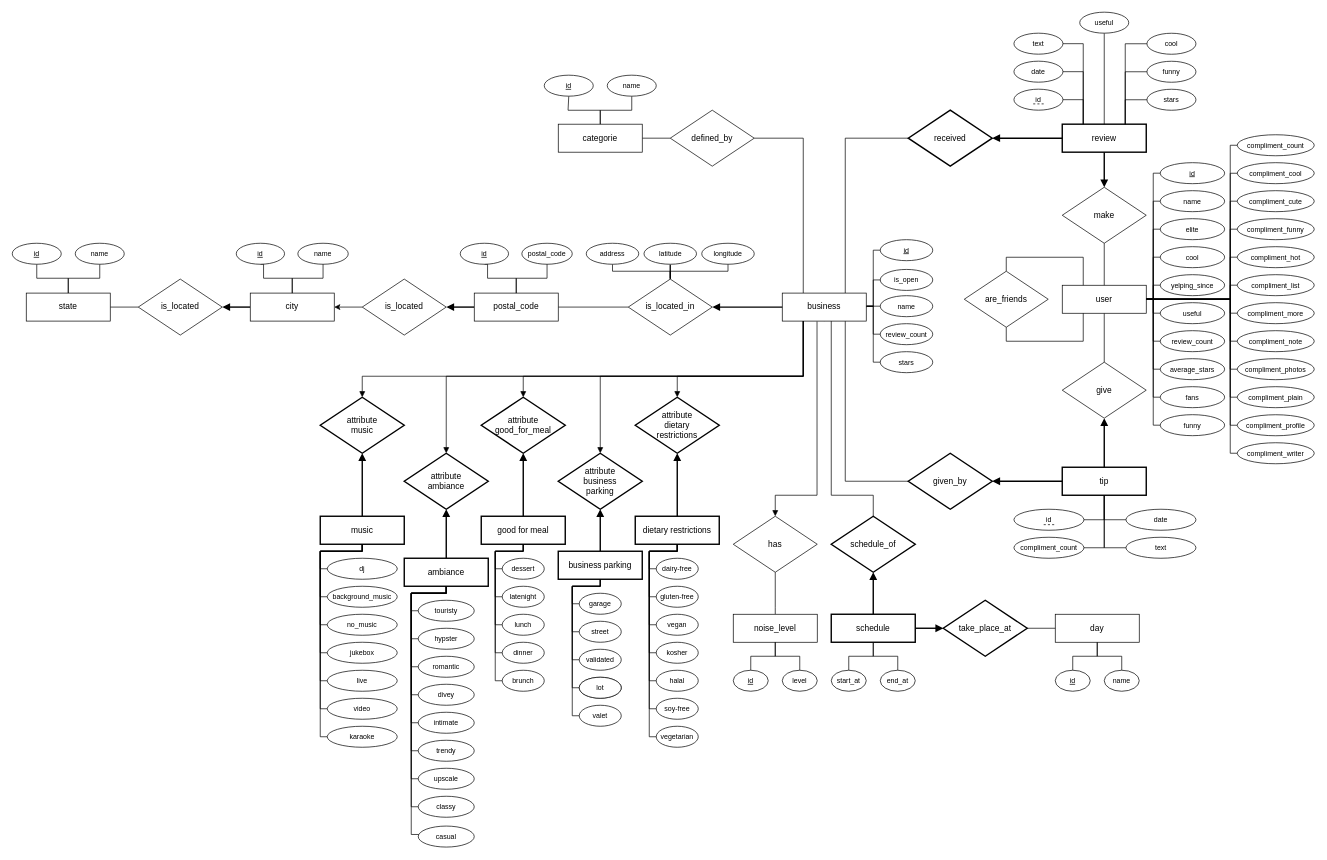
Before: schema.drawio in Ph0tonic/Intro2DataBase, a draw.io diagram. Source tidied: cells renumbered, new cells numbered last; positions are measured from the earlier drawing's top-left corner, leaving out a move shared by most shapes. Both pictures are drawn from the tidied source at 70%, with x=0, y=0 at pixel (12, 12).
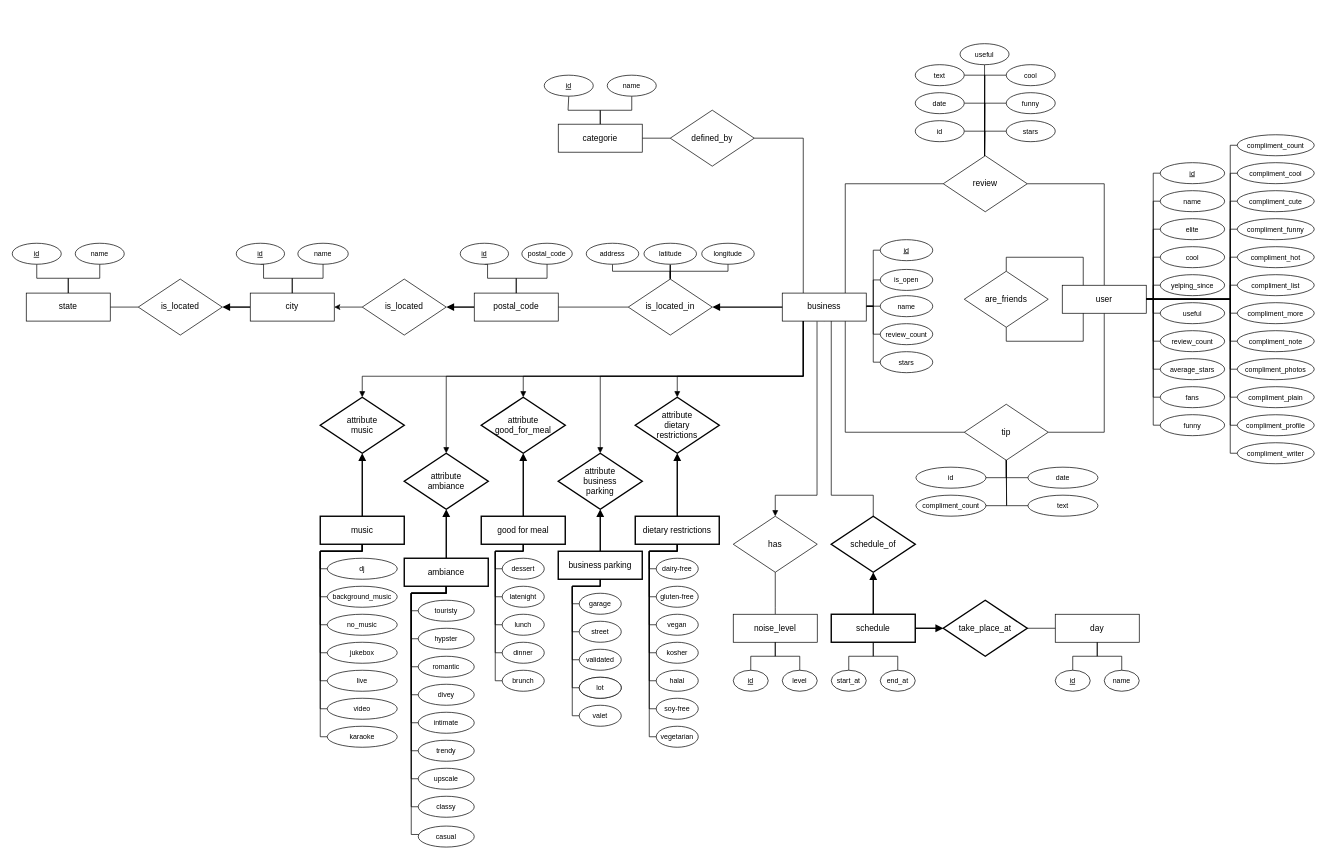
The same diagram, later.

Commit message:
Changes tip and review

The change refers to these unchanged cells:
```xml
<mxCell id="27" value="user" style="rounded=0;whiteSpace=wrap;html=1;" parent="1" vertex="1">
  <mxGeometry x="1500" y="390" width="120" height="40" as="geometry" />
</mxCell>
<mxCell id="38" value="business" style="rounded=0;whiteSpace=wrap;html=1;" parent="1" vertex="1">
  <mxGeometry x="1100" y="401.2" width="120" height="40" as="geometry" />
</mxCell>
```

What changed in the source:
```diff
@@
-    <mxCell id="10" style="edgeStyle=orthogonalEdgeStyle;rounded=0;jettySize=auto;html=1;exitX=0.5;exitY=1;exitDx=0;exitDy=0;entryX=1;entryY=0.5;entryDx=0;entryDy=0;endArrow=none;endFill=0;fontSize=10;" parent="1" edge="1" source="11" target="109">
-      <mxGeometry relative="1" as="geometry" />
+    <mxCell id="10" style="edgeStyle=orthogonalEdgeStyle;rounded=0;jettySize=auto;html=1;exitX=0.5;exitY=1;exitDx=0;exitDy=0;entryX=1;entryY=0.5;entryDx=0;entryDy=0;endArrow=none;endFill=0;fontSize=10;" parent="1" edge="1" target="109">
+      <mxGeometry relative="1" as="geometry">
+        <mxPoint x="1420" y="629.9" as="sourcePoint" />
+        <Array as="points">
+          <mxPoint x="1420" y="664.9" />
+        </Array>
+      </mxGeometry>
     </mxCell>
-    <mxCell id="11" value="tip" style="rounded=0;whiteSpace=wrap;html=1;strokeWidth=2;" parent="1" vertex="1">
-      <mxGeometry x="1500" y="650" width="120" height="40" as="geometry" />
-    </mxCell>
-    <mxCell id="12" style="edgeStyle=orthogonalEdgeStyle;rounded=0;jettySize=auto;html=1;exitX=0.5;exitY=1;exitDx=0;exitDy=0;entryX=0.5;entryY=0;entryDx=0;entryDy=0;startArrow=none;startFill=0;endArrow=block;endFill=1;strokeWidth=2;" parent="1" edge="1" source="13" target="62">
-      <mxGeometry relative="1" as="geometry" />
-    </mxCell>
-    <mxCell id="13" value="review" style="rounded=0;whiteSpace=wrap;html=1;strokeWidth=2;" parent="1" vertex="1">
-      <mxGeometry x="1500" y="159.9" width="120" height="40" as="geometry" />
-    </mxCell>
-    <mxCell id="14" style="edgeStyle=orthogonalEdgeStyle;rounded=0;jettySize=auto;html=1;exitX=0.5;exitY=1;exitDx=0;exitDy=0;entryX=0.5;entryY=0;entryDx=0;entryDy=0;startArrow=none;startFill=0;endArrow=none;endFill=0;strokeWidth=1;fontSize=12;" parent="1" edge="1" source="27" target="64">
-      <mxGeometry relative="1" as="geometry" />
-    </mxCell>
@@
+    <mxCell id="248" style="edgeStyle=orthogonalEdgeStyle;rounded=0;jettySize=auto;html=1;exitX=0.5;exitY=1;exitDx=0;exitDy=0;entryX=1;entryY=0.5;entryDx=0;entryDy=0;endArrow=none;endFill=0;" parent="1" edge="1" source="27" target="11">
+      <mxGeometry relative="1" as="geometry" />
+    </mxCell>
+    <mxCell id="249" style="edgeStyle=orthogonalEdgeStyle;rounded=0;jettySize=auto;html=1;exitX=0.5;exitY=0;exitDx=0;exitDy=0;entryX=1;entryY=0.5;entryDx=0;entryDy=0;endArrow=none;endFill=0;" parent="1" edge="1" source="27" target="13">
+      <mxGeometry relative="1" as="geometry" />
+    </mxCell>
@@
-    <mxCell id="28" style="edgeStyle=orthogonalEdgeStyle;rounded=0;jettySize=auto;html=1;exitX=0.75;exitY=1;exitDx=0;exitDy=0;entryX=0;entryY=0.5;entryDx=0;entryDy=0;startArrow=none;startFill=0;endArrow=none;endFill=0;strokeWidth=1;" parent="1" edge="1" source="38" target="60">
-      <mxGeometry relative="1" as="geometry">
-        <Array as="points">
-          <mxPoint x="1190" y="670" />
-        </Array>
-      </mxGeometry>
-    </mxCell>
-    <mxCell id="29" style="edgeStyle=orthogonalEdgeStyle;rounded=0;jettySize=auto;html=1;exitX=0.75;exitY=0;exitDx=0;exitDy=0;entryX=0;entryY=0.5;entryDx=0;entryDy=0;startArrow=none;startFill=0;endArrow=none;endFill=0;strokeWidth=1;" parent="1" edge="1" source="38" target="58">
-      <mxGeometry relative="1" as="geometry" />
-    </mxCell>
@@
+    <mxCell id="250" style="edgeStyle=orthogonalEdgeStyle;rounded=0;jettySize=auto;html=1;exitX=0.75;exitY=1;exitDx=0;exitDy=0;entryX=0;entryY=0.5;entryDx=0;entryDy=0;endArrow=none;endFill=0;" parent="1" edge="1" source="38" target="11">
+      <mxGeometry relative="1" as="geometry" />
+    </mxCell>
+    <mxCell id="251" style="edgeStyle=orthogonalEdgeStyle;rounded=0;jettySize=auto;html=1;exitX=0.75;exitY=0;exitDx=0;exitDy=0;entryX=0;entryY=0.5;entryDx=0;entryDy=0;endArrow=none;endFill=0;" parent="1" edge="1" source="38" target="13">
+      <mxGeometry relative="1" as="geometry" />
+    </mxCell>
@@
-    <mxCell id="57" style="edgeStyle=orthogonalEdgeStyle;rounded=0;jettySize=auto;html=1;exitX=1;exitY=0.5;exitDx=0;exitDy=0;entryX=0;entryY=0.5;entryDx=0;entryDy=0;startArrow=block;startFill=1;endArrow=none;endFill=0;strokeWidth=2;" parent="1" edge="1" source="58" target="13">
-      <mxGeometry relative="1" as="geometry" />
-    </mxCell>
-    <mxCell id="58" value="received" style="rhombus;whiteSpace=wrap;html=1;strokeWidth=2;" parent="1" vertex="1">
-      <mxGeometry x="1280" y="139.9" width="120" height="80" as="geometry" />
-    </mxCell>
-    <mxCell id="59" style="edgeStyle=orthogonalEdgeStyle;rounded=0;jettySize=auto;html=1;exitX=1;exitY=0.5;exitDx=0;exitDy=0;startArrow=block;startFill=1;endArrow=none;endFill=0;strokeWidth=2;entryX=0;entryY=0.5;entryDx=0;entryDy=0;" parent="1" edge="1" source="60" target="11">
-      <mxGeometry relative="1" as="geometry" />
-    </mxCell>
-    <mxCell id="60" value="given_by" style="rhombus;whiteSpace=wrap;html=1;strokeWidth=2;" parent="1" vertex="1">
-      <mxGeometry x="1280" y="630" width="120" height="80" as="geometry" />
-    </mxCell>
-    <mxCell id="61" style="edgeStyle=orthogonalEdgeStyle;rounded=0;jettySize=auto;html=1;exitX=0.5;exitY=1;exitDx=0;exitDy=0;entryX=0.5;entryY=0;entryDx=0;entryDy=0;startArrow=none;startFill=0;endArrow=none;endFill=0;strokeWidth=1;" parent="1" edge="1" source="62" target="27">
-      <mxGeometry relative="1" as="geometry" />
-    </mxCell>
-    <mxCell id="62" value="make" style="rhombus;whiteSpace=wrap;html=1;fontStyle=0;" parent="1" vertex="1">
-      <mxGeometry x="1500" y="250" width="120" height="80" as="geometry" />
-    </mxCell>
-    <mxCell id="63" style="edgeStyle=orthogonalEdgeStyle;rounded=0;jettySize=auto;html=1;exitX=0.5;exitY=1;exitDx=0;exitDy=0;entryX=0.5;entryY=0;entryDx=0;entryDy=0;startArrow=block;startFill=1;endArrow=none;endFill=0;strokeWidth=2;fontSize=12;" parent="1" edge="1" source="64" target="11">
-      <mxGeometry relative="1" as="geometry" />
-    </mxCell>
-    <mxCell id="64" value="give" style="rhombus;whiteSpace=wrap;html=1;" parent="1" vertex="1">
-      <mxGeometry x="1500" y="499.9" width="120" height="80" as="geometry" />
-    </mxCell>
-    <mxCell id="65" style="edgeStyle=orthogonalEdgeStyle;rounded=0;jettySize=auto;html=1;exitX=1;exitY=0.5;exitDx=0;exitDy=0;endArrow=none;endFill=0;entryX=0.25;entryY=0;entryDx=0;entryDy=0;" parent="1" edge="1" source="66" target="13">
-      <mxGeometry relative="1" as="geometry" />
+    <mxCell id="65" style="edgeStyle=orthogonalEdgeStyle;rounded=0;jettySize=auto;html=1;exitX=1;exitY=0.5;exitDx=0;exitDy=0;endArrow=none;endFill=0;entryX=0.25;entryY=0;entryDx=0;entryDy=0;" parent="1" edge="1" source="66">
+      <mxGeometry relative="1" as="geometry">
+        <mxPoint x="1389" y="204.9" as="targetPoint" />
+      </mxGeometry>
     </mxCell>
     <mxCell id="66" value="id" style="ellipse;whiteSpace=wrap;html=1;fontStyle=0;fontSize=10;" parent="1" vertex="1">
-      <mxGeometry x="1431" y="109.9" width="70" height="30" as="geometry" />
+      <mxGeometry x="1290" y="154.9" width="70" height="30" as="geometry" />
     </mxCell>
-    <mxCell id="67" style="edgeStyle=orthogonalEdgeStyle;rounded=0;jettySize=auto;html=1;exitX=1;exitY=0.5;exitDx=0;exitDy=0;endArrow=none;endFill=0;entryX=0.25;entryY=0;entryDx=0;entryDy=0;" parent="1" edge="1" source="68" target="13">
-      <mxGeometry relative="1" as="geometry" />
+    <mxCell id="67" style="edgeStyle=orthogonalEdgeStyle;rounded=0;jettySize=auto;html=1;exitX=1;exitY=0.5;exitDx=0;exitDy=0;endArrow=none;endFill=0;entryX=0.25;entryY=0;entryDx=0;entryDy=0;" parent="1" edge="1" source="68">
+      <mxGeometry relative="1" as="geometry">
+        <mxPoint x="1389" y="204.9" as="targetPoint" />
+      </mxGeometry>
     </mxCell>
     <mxCell id="68" value="date" style="ellipse;whiteSpace=wrap;html=1;fontSize=10;" parent="1" vertex="1">
-      <mxGeometry x="1431" y="69.9" width="70" height="30" as="geometry" />
+      <mxGeometry x="1290" y="114.9" width="70" height="30" as="geometry" />
     </mxCell>
-    <mxCell id="69" style="edgeStyle=orthogonalEdgeStyle;rounded=0;jettySize=auto;html=1;exitX=1;exitY=0.5;exitDx=0;exitDy=0;entryX=0.25;entryY=0;entryDx=0;entryDy=0;endArrow=none;endFill=0;" parent="1" edge="1" source="70" target="13">
-      <mxGeometry relative="1" as="geometry" />
+    <mxCell id="69" style="edgeStyle=orthogonalEdgeStyle;rounded=0;jettySize=auto;html=1;exitX=1;exitY=0.5;exitDx=0;exitDy=0;entryX=0.25;entryY=0;entryDx=0;entryDy=0;endArrow=none;endFill=0;" parent="1" edge="1" source="70">
+      <mxGeometry relative="1" as="geometry">
+        <mxPoint x="1389" y="204.9" as="targetPoint" />
+      </mxGeometry>
     </mxCell>
     <mxCell id="70" value="&lt;div style=&quot;font-size: 10px;&quot;&gt;text&lt;/div&gt;" style="ellipse;whiteSpace=wrap;html=1;fontSize=10;" parent="1" vertex="1">
-      <mxGeometry x="1431" y="29.9" width="70" height="30" as="geometry" />
+      <mxGeometry x="1290" y="74.9" width="70" height="30" as="geometry" />
     </mxCell>
     <mxCell id="71" style="edgeStyle=orthogonalEdgeStyle;rounded=0;jettySize=auto;html=1;exitX=0;exitY=0.5;exitDx=0;exitDy=0;endArrow=none;endFill=0;" parent="1" edge="1" source="72">
       <mxGeometry relative="1" as="geometry">
-        <mxPoint x="1590" y="160" as="targetPoint" />
+        <mxPoint x="1389" y="204.9" as="targetPoint" />
         <Array as="points">
-          <mxPoint x="1590" y="45" />
+          <mxPoint x="1389" y="89.9" />
         </Array>
       </mxGeometry>
     </mxCell>
     <mxCell id="72" value="cool" style="ellipse;whiteSpace=wrap;html=1;fontSize=10;" parent="1" vertex="1">
-      <mxGeometry x="1621" y="30" width="70" height="30" as="geometry" />
+      <mxGeometry x="1420" y="74.9" width="70" height="30" as="geometry" />
     </mxCell>
     <mxCell id="73" style="edgeStyle=orthogonalEdgeStyle;rounded=0;jettySize=auto;html=1;exitX=0;exitY=0.5;exitDx=0;exitDy=0;endArrow=none;endFill=0;" parent="1" edge="1" source="74">
       <mxGeometry relative="1" as="geometry">
-        <mxPoint x="1590" y="160" as="targetPoint" />
+        <mxPoint x="1389" y="204.9" as="targetPoint" />
         <Array as="points">
-          <mxPoint x="1590" y="85" />
+          <mxPoint x="1389" y="129.9" />
         </Array>
       </mxGeometry>
     </mxCell>
     <mxCell id="74" value="funny" style="ellipse;whiteSpace=wrap;html=1;fontSize=10;" parent="1" vertex="1">
-      <mxGeometry x="1621" y="70" width="70" height="30" as="geometry" />
+      <mxGeometry x="1420" y="114.9" width="70" height="30" as="geometry" />
     </mxCell>
     <mxCell id="75" style="edgeStyle=orthogonalEdgeStyle;rounded=0;jettySize=auto;html=1;exitX=0;exitY=0.5;exitDx=0;exitDy=0;endArrow=none;endFill=0;" parent="1" edge="1" source="76">
       <mxGeometry relative="1" as="geometry">
-        <mxPoint x="1590" y="160" as="targetPoint" />
+        <mxPoint x="1389" y="204.9" as="targetPoint" />
         <Array as="points">
-          <mxPoint x="1590" y="125" />
+          <mxPoint x="1389" y="169.9" />
         </Array>
       </mxGeometry>
     </mxCell>
     <mxCell id="76" value="stars" style="ellipse;whiteSpace=wrap;html=1;fontSize=10;" parent="1" vertex="1">
-      <mxGeometry x="1621" y="110" width="70" height="30" as="geometry" />
+      <mxGeometry x="1420" y="154.9" width="70" height="30" as="geometry" />
     </mxCell>
-    <mxCell id="77" style="edgeStyle=orthogonalEdgeStyle;rounded=0;jettySize=auto;html=1;exitX=0.5;exitY=1;exitDx=0;exitDy=0;endArrow=none;endFill=0;entryX=0.5;entryY=0;entryDx=0;entryDy=0;" parent="1" edge="1" source="78" target="13">
-      <mxGeometry relative="1" as="geometry" />
+    <mxCell id="77" style="edgeStyle=orthogonalEdgeStyle;rounded=0;jettySize=auto;html=1;exitX=0.5;exitY=1;exitDx=0;exitDy=0;endArrow=none;endFill=0;entryX=0.5;entryY=0;entryDx=0;entryDy=0;" parent="1" edge="1" source="78">
+      <mxGeometry relative="1" as="geometry">
+        <mxPoint x="1389" y="204.9" as="targetPoint" />
+      </mxGeometry>
     </mxCell>
     <mxCell id="78" value="useful" style="ellipse;whiteSpace=wrap;html=1;fontSize=10;" parent="1" vertex="1">
-      <mxGeometry x="1525" y="-0.1" width="70" height="30" as="geometry" />
+      <mxGeometry x="1354" y="44.9" width="70" height="30" as="geometry" />
     </mxCell>
@@
     <mxCell id="109" value="id" style="ellipse;whiteSpace=wrap;html=1;fontSize=10;fontStyle=0;" parent="1" vertex="1">
-      <mxGeometry x="1431" y="710" width="100" height="30" as="geometry" />
+      <mxGeometry x="1291" y="649.9" width="100" height="30" as="geometry" />
     </mxCell>
     <mxCell id="110" value="date" style="ellipse;whiteSpace=wrap;html=1;fontSize=10;fontStyle=0;" parent="1" vertex="1">
-      <mxGeometry x="1591" y="710" width="100" height="30" as="geometry" />
+      <mxGeometry x="1451" y="649.9" width="100" height="30" as="geometry" />
     </mxCell>
-    <mxCell id="111" style="edgeStyle=orthogonalEdgeStyle;rounded=0;jettySize=auto;html=1;exitX=0;exitY=0.5;exitDx=0;exitDy=0;entryX=0.5;entryY=1;entryDx=0;entryDy=0;endArrow=none;endFill=0;fontSize=10;" parent="1" edge="1" source="112" target="11">
-      <mxGeometry relative="1" as="geometry" />
+    <mxCell id="111" style="edgeStyle=orthogonalEdgeStyle;rounded=0;jettySize=auto;html=1;exitX=0;exitY=0.5;exitDx=0;exitDy=0;entryX=0.5;entryY=1;entryDx=0;entryDy=0;endArrow=none;endFill=0;fontSize=10;" parent="1" edge="1" source="112">
+      <mxGeometry relative="1" as="geometry">
+        <mxPoint x="1420" y="629.9" as="targetPoint" />
+      </mxGeometry>
     </mxCell>
     <mxCell id="112" value="text" style="ellipse;whiteSpace=wrap;html=1;fontSize=10;fontStyle=0;" parent="1" vertex="1">
-      <mxGeometry x="1591" y="750" width="100" height="30" as="geometry" />
+      <mxGeometry x="1451" y="689.9" width="100" height="30" as="geometry" />
     </mxCell>
-    <mxCell id="113" style="edgeStyle=orthogonalEdgeStyle;rounded=0;jettySize=auto;html=1;exitX=1;exitY=0.5;exitDx=0;exitDy=0;entryX=0.5;entryY=1;entryDx=0;entryDy=0;endArrow=none;endFill=0;fontSize=10;" parent="1" edge="1" source="114" target="11">
-      <mxGeometry relative="1" as="geometry" />
+    <mxCell id="113" style="edgeStyle=orthogonalEdgeStyle;rounded=0;jettySize=auto;html=1;exitX=1;exitY=0.5;exitDx=0;exitDy=0;entryX=0.5;entryY=1;entryDx=0;entryDy=0;endArrow=none;endFill=0;fontSize=10;" parent="1" edge="1" source="114">
+      <mxGeometry relative="1" as="geometry">
+        <mxPoint x="1420" y="629.9" as="targetPoint" />
+      </mxGeometry>
     </mxCell>
     <mxCell id="114" value="compliment_count" style="ellipse;whiteSpace=wrap;html=1;fontSize=10;fontStyle=0;" parent="1" vertex="1">
-      <mxGeometry x="1431" y="750" width="100" height="30" as="geometry" />
+      <mxGeometry x="1291" y="689.9" width="100" height="30" as="geometry" />
     </mxCell>
@@
-    <mxCell id="238" style="endArrow=none;dashed=1;html=1;" parent="1" edge="1">
-      <mxGeometry relative="1" as="geometry">
-        <mxPoint x="1473.5" y="732" as="sourcePoint" />
-        <mxPoint x="1488.5" y="732" as="targetPoint" />
-      </mxGeometry>
-    </mxCell>
-    <mxCell id="239" style="endArrow=none;dashed=1;html=1;" parent="1" edge="1">
-      <mxGeometry relative="1" as="geometry">
-        <mxPoint x="1458.5" y="130.9" as="sourcePoint" />
-        <mxPoint x="1473.5" y="130.9" as="targetPoint" />
-      </mxGeometry>
-    </mxCell>
@@
+    <mxCell id="11" value="tip" style="rhombus;whiteSpace=wrap;html=1;strokeWidth=1;gradientColor=none;" parent="1" vertex="1">
+      <mxGeometry x="1360" y="560" width="120" height="80" as="geometry" />
+    </mxCell>
+    <mxCell id="13" value="review" style="rhombus;whiteSpace=wrap;html=1;strokeWidth=1;gradientColor=none;" parent="1" vertex="1">
+      <mxGeometry x="1330" y="205" width="120" height="80" as="geometry" />
+    </mxCell>
```
